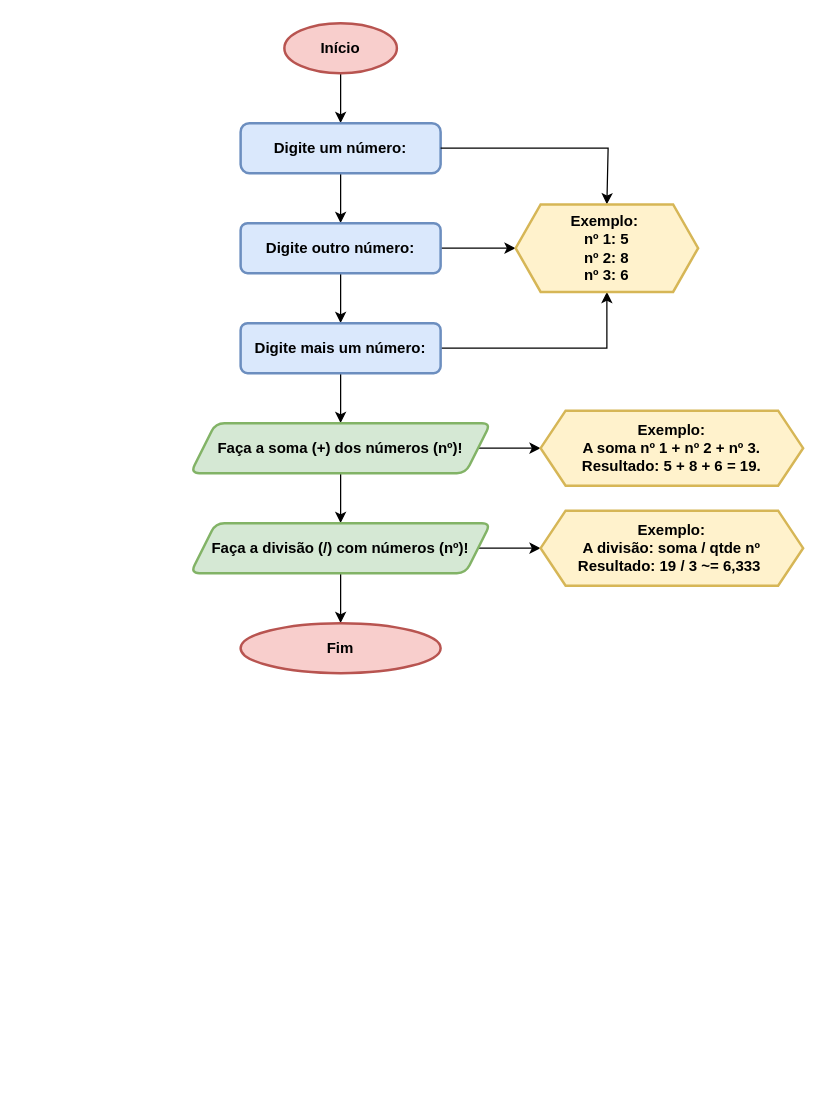
Earlier version of the draw.io diagram Impacta.drawio (GuilhermeBPinheiro/Impacta). Source tidied: cells renumbered, new cells numbered last; positions are measured from the earlier drawing's top-left corner, leaving out a move shared by most shapes. Both pictures are drawn from the tidied source at 125%, with x=0, y=0 at pixel (190, 22).
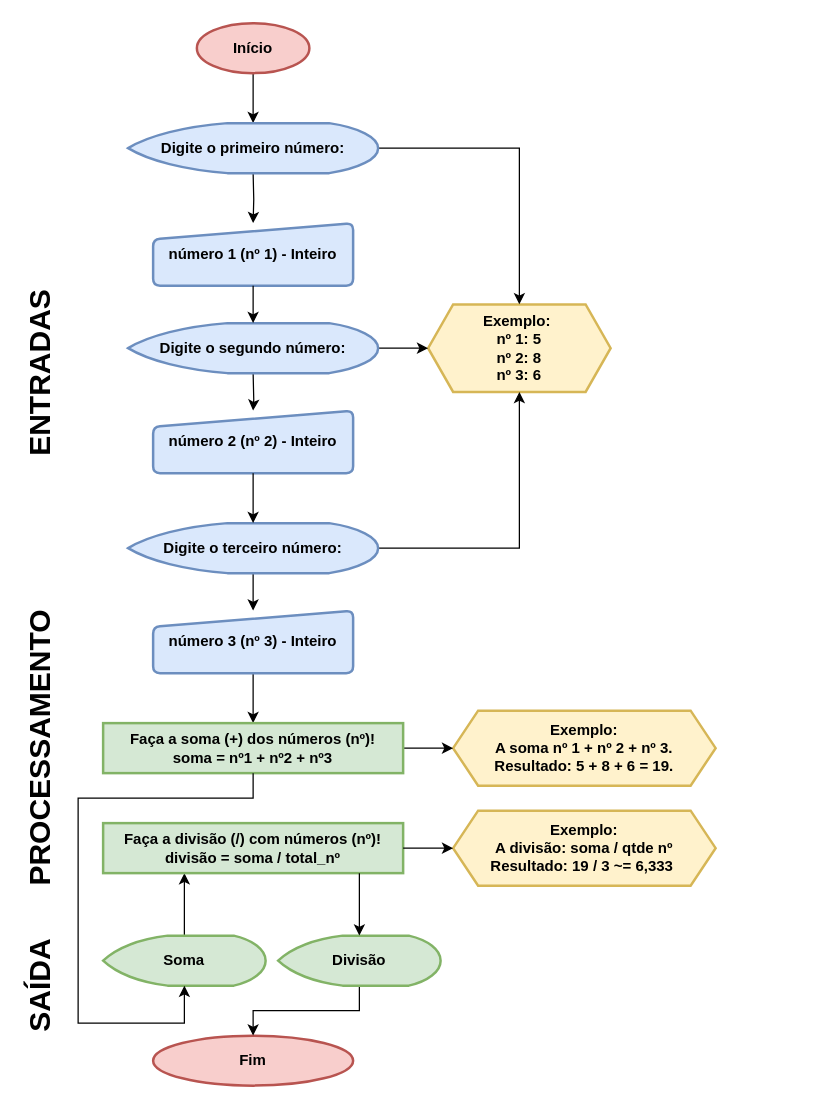
After the change.

Diff of the diagram source:
```diff
@@
-    <mxCell id="2" style="edgeStyle=orthogonalEdgeStyle;rounded=0;jettySize=auto;html=1;" parent="1" edge="1" source="3" target="5">
-      <mxGeometry relative="1" as="geometry" />
+    <mxCell id="2" style="edgeStyle=orthogonalEdgeStyle;rounded=0;jettySize=auto;html=1;" parent="1" edge="1" source="3">
+      <mxGeometry relative="1" as="geometry">
+        <mxPoint x="50" y="80" as="targetPoint" />
+      </mxGeometry>
     </mxCell>
     <mxCell id="3" value="&lt;b&gt;Início&lt;/b&gt;" style="strokeWidth=2;html=1;shape=mxgraph.flowchart.start_1;whiteSpace=wrap;fillColor=#f8cecc;strokeColor=#b85450;" parent="1" vertex="1">
-      <mxGeometry x="75" width="90" height="40" as="geometry" />
+      <mxGeometry x="5" width="90" height="40" as="geometry" />
     </mxCell>
-    <mxCell id="4" style="edgeStyle=orthogonalEdgeStyle;rounded=0;jettySize=auto;html=1;" parent="1" edge="1" source="5" target="8">
-      <mxGeometry relative="1" as="geometry" />
-    </mxCell>
-    <mxCell id="5" value="&lt;b&gt;Digite um número:&lt;/b&gt;" style="rounded=1;whiteSpace=wrap;html=1;absoluteArcSize=1;arcSize=14;strokeWidth=2;fillColor=#dae8fc;strokeColor=#6c8ebf;" parent="1" vertex="1">
-      <mxGeometry x="40" y="80" width="160" height="40" as="geometry" />
-    </mxCell>
-    <mxCell id="6" style="edgeStyle=orthogonalEdgeStyle;rounded=0;jettySize=auto;html=1;" parent="1" edge="1" source="8" target="11">
-      <mxGeometry relative="1" as="geometry" />
-    </mxCell>
-    <mxCell id="7" style="edgeStyle=orthogonalEdgeStyle;rounded=0;jettySize=auto;html=1;" parent="1" edge="1" source="8" target="20">
-      <mxGeometry relative="1" as="geometry" />
-    </mxCell>
-    <mxCell id="8" value="&lt;b&gt;Digite outro número:&lt;/b&gt;" style="whiteSpace=wrap;html=1;fillColor=#dae8fc;strokeColor=#6c8ebf;rounded=1;arcSize=14;strokeWidth=2;" parent="1" vertex="1">
-      <mxGeometry x="40" y="160" width="160" height="40" as="geometry" />
-    </mxCell>
-    <mxCell id="9" style="edgeStyle=orthogonalEdgeStyle;rounded=0;jettySize=auto;html=1;" parent="1" edge="1" source="11" target="14">
-      <mxGeometry relative="1" as="geometry" />
-    </mxCell>
-    <mxCell id="10" style="edgeStyle=orthogonalEdgeStyle;rounded=0;jettySize=auto;html=1;" parent="1" edge="1" source="11" target="20">
-      <mxGeometry relative="1" as="geometry" />
-    </mxCell>
-    <mxCell id="11" value="&lt;b&gt;Digite mais um número:&lt;/b&gt;" style="whiteSpace=wrap;html=1;fillColor=#dae8fc;strokeColor=#6c8ebf;rounded=1;arcSize=14;strokeWidth=2;" parent="1" vertex="1">
-      <mxGeometry x="40" y="240" width="160" height="40" as="geometry" />
-    </mxCell>
-    <mxCell id="12" style="edgeStyle=orthogonalEdgeStyle;rounded=0;jettySize=auto;html=1;" parent="1" edge="1" source="14" target="17">
-      <mxGeometry relative="1" as="geometry" />
-    </mxCell>
-    <mxCell id="13" style="edgeStyle=orthogonalEdgeStyle;rounded=0;jettySize=auto;html=1;exitX=1;exitY=0.5;exitDx=0;exitDy=0;entryX=0;entryY=0.5;entryDx=0;entryDy=0;" parent="1" edge="1" source="14" target="21">
-      <mxGeometry relative="1" as="geometry" />
-    </mxCell>
-    <mxCell id="14" value="&lt;b&gt;Faça a soma (+) dos números (nº)!&lt;/b&gt;" style="shape=parallelogram;perimeter=parallelogramPerimeter;whiteSpace=wrap;html=1;fixedSize=1;fillColor=#d5e8d4;strokeColor=#82b366;rounded=1;arcSize=14;strokeWidth=2;" parent="1" vertex="1">
-      <mxGeometry y="320" width="240" height="40" as="geometry" />
-    </mxCell>
-    <mxCell id="15" style="edgeStyle=orthogonalEdgeStyle;rounded=0;jettySize=auto;html=1;" parent="1" edge="1" source="17" target="18">
-      <mxGeometry relative="1" as="geometry" />
-    </mxCell>
-    <mxCell id="16" style="edgeStyle=orthogonalEdgeStyle;rounded=0;jettySize=auto;html=1;exitX=1;exitY=0.5;exitDx=0;exitDy=0;entryX=0;entryY=0.5;entryDx=0;entryDy=0;" parent="1" edge="1" source="17" target="22">
-      <mxGeometry relative="1" as="geometry" />
-    </mxCell>
-    <mxCell id="17" value="&lt;b&gt;Faça a divisão (/) com números (nº)!&lt;/b&gt;" style="shape=parallelogram;perimeter=parallelogramPerimeter;whiteSpace=wrap;html=1;fixedSize=1;fillColor=#d5e8d4;strokeColor=#82b366;rounded=1;arcSize=14;strokeWidth=2;" parent="1" vertex="1">
-      <mxGeometry y="400" width="240" height="40" as="geometry" />
-    </mxCell>
+    <mxCell id="23" style="edgeStyle=orthogonalEdgeStyle;rounded=0;jettySize=auto;html=1;" parent="1" edge="1" target="26">
+      <mxGeometry relative="1" as="geometry">
+        <mxPoint x="50" y="120" as="sourcePoint" />
+      </mxGeometry>
+    </mxCell>
+    <mxCell id="24" style="edgeStyle=orthogonalEdgeStyle;rounded=0;jettySize=auto;html=1;" parent="1" edge="1" target="27">
+      <mxGeometry relative="1" as="geometry">
+        <mxPoint x="50" y="280" as="sourcePoint" />
+      </mxGeometry>
+    </mxCell>
+    <mxCell id="25" style="edgeStyle=orthogonalEdgeStyle;rounded=0;jettySize=auto;html=1;entryX=0.5;entryY=0;entryDx=0;entryDy=0;" parent="1" edge="1" target="29">
+      <mxGeometry relative="1" as="geometry">
+        <mxPoint x="50" y="440" as="sourcePoint" />
+      </mxGeometry>
+    </mxCell>
     <mxCell id="18" value="&lt;b&gt;Fim&lt;/b&gt;" style="ellipse;whiteSpace=wrap;html=1;fillColor=#f8cecc;strokeColor=#b85450;rounded=1;arcSize=14;strokeWidth=2;" parent="1" vertex="1">
-      <mxGeometry x="40" y="480" width="160" height="40" as="geometry" />
+      <mxGeometry x="-30" y="810" width="160" height="40" as="geometry" />
     </mxCell>
-    <mxCell id="19" style="edgeStyle=orthogonalEdgeStyle;rounded=0;jettySize=auto;html=1;exitX=1;exitY=0.5;exitDx=0;exitDy=0;entryX=0.5;entryY=0;entryDx=0;entryDy=0;" parent="1" edge="1" source="5" target="20">
-      <mxGeometry relative="1" as="geometry">
-        <Array as="points">
-          <mxPoint x="334" y="100" />
-        </Array>
-      </mxGeometry>
-    </mxCell>
     <mxCell id="20" value="&lt;b&gt;Exemplo:&amp;nbsp;&lt;br&gt;nº 1: 5&lt;br&gt;nº 2: 8&lt;br&gt;nº 3: 6&lt;/b&gt;" style="shape=hexagon;perimeter=hexagonPerimeter2;whiteSpace=wrap;html=1;fixedSize=1;align=center;strokeWidth=2;fillColor=#fff2cc;strokeColor=#d6b656;" parent="1" vertex="1">
-      <mxGeometry x="260" y="145" width="146" height="70" as="geometry" />
+      <mxGeometry x="190" y="225" width="146" height="70" as="geometry" />
     </mxCell>
     <mxCell id="21" value="&lt;b&gt;Exemplo:&lt;br&gt;A soma nº 1 + nº 2 + nº 3.&lt;br&gt;Resultado:&amp;nbsp;&lt;/b&gt;&lt;b style=&quot;border-color: var(--border-color);&quot;&gt;5 + 8 + 6 = 19.&lt;/b&gt;&lt;b&gt;&lt;br&gt;&lt;/b&gt;" style="shape=hexagon;perimeter=hexagonPerimeter2;whiteSpace=wrap;html=1;fixedSize=1;align=center;strokeWidth=2;fillColor=#fff2cc;strokeColor=#d6b656;" parent="1" vertex="1">
-      <mxGeometry x="280" y="310" width="210" height="60" as="geometry" />
+      <mxGeometry x="210" y="550" width="210" height="60" as="geometry" />
     </mxCell>
     <mxCell id="22" value="&lt;b&gt;Exemplo:&lt;br&gt;A divisão: soma / qtde nº&lt;br&gt;Resultado:&amp;nbsp;&lt;/b&gt;&lt;b style=&quot;border-color: var(--border-color);&quot;&gt;19 / 3 ~= 6,333&amp;nbsp;&lt;/b&gt;&lt;b&gt;&lt;br&gt;&lt;/b&gt;" style="shape=hexagon;perimeter=hexagonPerimeter2;whiteSpace=wrap;html=1;fixedSize=1;align=center;strokeWidth=2;fillColor=#fff2cc;strokeColor=#d6b656;" parent="1" vertex="1">
-      <mxGeometry x="280" y="390" width="210" height="60" as="geometry" />
+      <mxGeometry x="210" y="630" width="210" height="60" as="geometry" />
     </mxCell>
+    <mxCell id="26" value="&lt;b&gt;número 1 (nº 1) - Inteiro&lt;/b&gt;" style="html=1;strokeWidth=2;shape=manualInput;whiteSpace=wrap;rounded=1;size=13;arcSize=11;fillColor=#dae8fc;strokeColor=#6c8ebf;align=center;" parent="1" vertex="1">
+      <mxGeometry x="-30" y="160" width="160" height="50" as="geometry" />
+    </mxCell>
+    <mxCell id="27" value="&lt;b style=&quot;border-color: var(--border-color);&quot;&gt;número 2 (nº 2) - Inteiro&lt;/b&gt;" style="html=1;strokeWidth=2;shape=manualInput;whiteSpace=wrap;rounded=1;size=13;arcSize=11;fillColor=#dae8fc;strokeColor=#6c8ebf;" parent="1" vertex="1">
+      <mxGeometry x="-30" y="310" width="160" height="50" as="geometry" />
+    </mxCell>
+    <mxCell id="28" style="edgeStyle=orthogonalEdgeStyle;rounded=0;jettySize=auto;html=1;entryX=0.5;entryY=0;entryDx=0;entryDy=0;" parent="1" edge="1" source="29" target="35">
+      <mxGeometry relative="1" as="geometry" />
+    </mxCell>
+    <mxCell id="29" value="&lt;b style=&quot;border-color: var(--border-color);&quot;&gt;número 3 (nº 3) - Inteiro&lt;/b&gt;" style="html=1;strokeWidth=2;shape=manualInput;whiteSpace=wrap;rounded=1;size=13;arcSize=11;fillColor=#dae8fc;strokeColor=#6c8ebf;" parent="1" vertex="1">
+      <mxGeometry x="-30" y="470" width="160" height="50" as="geometry" />
+    </mxCell>
+    <mxCell id="30" style="edgeStyle=orthogonalEdgeStyle;rounded=0;jettySize=auto;html=1;" parent="1" edge="1" source="31" target="36">
+      <mxGeometry relative="1" as="geometry">
+        <Array as="points">
+          <mxPoint x="-5" y="700" />
+          <mxPoint x="-5" y="700" />
+        </Array>
+      </mxGeometry>
+    </mxCell>
+    <mxCell id="31" value="&lt;b&gt;Soma&lt;/b&gt;" style="strokeWidth=2;html=1;shape=mxgraph.flowchart.display;whiteSpace=wrap;fillColor=#d5e8d4;strokeColor=#82b366;" parent="1" vertex="1">
+      <mxGeometry x="-70" y="730" width="130" height="40" as="geometry" />
+    </mxCell>
+    <mxCell id="32" style="edgeStyle=orthogonalEdgeStyle;rounded=0;jettySize=auto;html=1;entryX=0.5;entryY=0;entryDx=0;entryDy=0;" parent="1" edge="1" source="33" target="18">
+      <mxGeometry relative="1" as="geometry" />
+    </mxCell>
+    <mxCell id="33" value="&lt;b&gt;Divisão&lt;/b&gt;" style="strokeWidth=2;html=1;shape=mxgraph.flowchart.display;whiteSpace=wrap;fillColor=#d5e8d4;strokeColor=#82b366;" parent="1" vertex="1">
+      <mxGeometry x="70" y="730" width="130" height="40" as="geometry" />
+    </mxCell>
+    <mxCell id="34" style="edgeStyle=orthogonalEdgeStyle;rounded=0;jettySize=auto;html=1;entryX=0;entryY=0.5;entryDx=0;entryDy=0;" parent="1" edge="1" source="35" target="21">
+      <mxGeometry relative="1" as="geometry" />
+    </mxCell>
+    <mxCell id="35" value="&lt;span style=&quot;border-color: var(--border-color);&quot;&gt;&lt;b&gt;Faça a soma (+) dos números (nº&lt;/b&gt;&lt;/span&gt;&lt;span style=&quot;border-color: var(--border-color);&quot;&gt;&lt;b&gt;)!&lt;br&gt;soma = nº1 + nº2 + nº3&lt;/b&gt;&lt;br&gt;&lt;/span&gt;" style="rounded=1;whiteSpace=wrap;html=1;absoluteArcSize=1;arcSize=0;strokeWidth=2;fillColor=#d5e8d4;strokeColor=#82b366;" parent="1" vertex="1">
+      <mxGeometry x="-70" y="560" width="240" height="40" as="geometry" />
+    </mxCell>
+    <mxCell id="36" value="&lt;b&gt;&lt;span style=&quot;border-color: var(--border-color);&quot;&gt;Faça a divisão (/) com números (nº)!&lt;br&gt;&lt;/span&gt;divisão = soma / total_nº&lt;/b&gt;" style="rounded=1;whiteSpace=wrap;html=1;absoluteArcSize=1;arcSize=0;strokeWidth=2;fillColor=#d5e8d4;strokeColor=#82b366;" parent="1" vertex="1">
+      <mxGeometry x="-70" y="640" width="240" height="40" as="geometry" />
+    </mxCell>
+    <mxCell id="37" style="edgeStyle=orthogonalEdgeStyle;rounded=0;jettySize=auto;html=1;entryX=0;entryY=0.5;entryDx=0;entryDy=0;" parent="1" edge="1" source="36" target="22">
+      <mxGeometry relative="1" as="geometry" />
+    </mxCell>
+    <mxCell id="38" value="&lt;font style=&quot;font-size: 24px;&quot;&gt;&lt;b&gt;ENTRADAS&lt;/b&gt;&lt;/font&gt;" style="text;strokeColor=none;align=center;fillColor=none;html=1;verticalAlign=middle;whiteSpace=wrap;rounded=0;rotation=-90;" parent="1" vertex="1">
+      <mxGeometry x="-150" y="265" width="60" height="30" as="geometry" />
+    </mxCell>
+    <mxCell id="39" value="&lt;font style=&quot;font-size: 24px;&quot;&gt;&lt;b&gt;PROCESSAMENTO&lt;br&gt;&lt;/b&gt;&lt;/font&gt;" style="text;strokeColor=none;align=center;fillColor=none;html=1;verticalAlign=middle;whiteSpace=wrap;rounded=0;rotation=-90;" parent="1" vertex="1">
+      <mxGeometry x="-150" y="565" width="60" height="30" as="geometry" />
+    </mxCell>
+    <mxCell id="40" style="edgeStyle=orthogonalEdgeStyle;rounded=0;jettySize=auto;html=1;entryX=0.5;entryY=1;entryDx=0;entryDy=0;entryPerimeter=0;" parent="1" edge="1" source="35" target="31">
+      <mxGeometry relative="1" as="geometry">
+        <Array as="points">
+          <mxPoint x="50" y="620" />
+          <mxPoint x="-90" y="620" />
+          <mxPoint x="-90" y="800" />
+          <mxPoint x="-5" y="800" />
+        </Array>
+      </mxGeometry>
+    </mxCell>
+    <mxCell id="41" style="edgeStyle=orthogonalEdgeStyle;rounded=0;jettySize=auto;html=1;entryX=0.5;entryY=0;entryDx=0;entryDy=0;entryPerimeter=0;" parent="1" edge="1" source="36" target="33">
+      <mxGeometry relative="1" as="geometry">
+        <Array as="points">
+          <mxPoint x="135" y="700" />
+          <mxPoint x="135" y="700" />
+        </Array>
+      </mxGeometry>
+    </mxCell>
+    <mxCell id="42" value="&lt;font style=&quot;font-size: 24px;&quot;&gt;&lt;b&gt;SAÍDA&lt;br&gt;&lt;/b&gt;&lt;/font&gt;" style="text;strokeColor=none;align=center;fillColor=none;html=1;verticalAlign=middle;whiteSpace=wrap;rounded=0;rotation=-90;" parent="1" vertex="1">
+      <mxGeometry x="-150" y="755" width="60" height="30" as="geometry" />
+    </mxCell>
+    <mxCell id="43" style="edgeStyle=orthogonalEdgeStyle;rounded=0;jettySize=auto;html=1;entryX=0.5;entryY=0;entryDx=0;entryDy=0;" parent="1" edge="1" source="44" target="20">
+      <mxGeometry relative="1" as="geometry" />
+    </mxCell>
+    <mxCell id="44" value="&lt;b&gt;Digite o primeiro número:&lt;br&gt;&lt;/b&gt;" style="strokeWidth=2;html=1;shape=mxgraph.flowchart.display;whiteSpace=wrap;fillColor=#dae8fc;strokeColor=#6c8ebf;" parent="1" vertex="1">
+      <mxGeometry x="-50" y="80" width="200" height="40" as="geometry" />
+    </mxCell>
+    <mxCell id="45" style="edgeStyle=orthogonalEdgeStyle;rounded=0;jettySize=auto;html=1;entryX=0;entryY=0.5;entryDx=0;entryDy=0;" parent="1" edge="1" source="46" target="20">
+      <mxGeometry relative="1" as="geometry" />
+    </mxCell>
+    <mxCell id="46" value="&lt;b&gt;Digite o segundo número:&lt;br&gt;&lt;/b&gt;" style="strokeWidth=2;html=1;shape=mxgraph.flowchart.display;whiteSpace=wrap;fillColor=#dae8fc;strokeColor=#6c8ebf;" parent="1" vertex="1">
+      <mxGeometry x="-50" y="240" width="200" height="40" as="geometry" />
+    </mxCell>
+    <mxCell id="47" style="edgeStyle=orthogonalEdgeStyle;rounded=0;jettySize=auto;html=1;entryX=0.5;entryY=1;entryDx=0;entryDy=0;" parent="1" edge="1" source="48" target="20">
+      <mxGeometry relative="1" as="geometry" />
+    </mxCell>
+    <mxCell id="48" value="&lt;b&gt;Digite o terceiro número:&lt;br&gt;&lt;/b&gt;" style="strokeWidth=2;html=1;shape=mxgraph.flowchart.display;whiteSpace=wrap;fillColor=#dae8fc;strokeColor=#6c8ebf;" parent="1" vertex="1">
+      <mxGeometry x="-50" y="400" width="200" height="40" as="geometry" />
+    </mxCell>
+    <mxCell id="49" style="edgeStyle=orthogonalEdgeStyle;rounded=0;jettySize=auto;html=1;entryX=0.5;entryY=0;entryDx=0;entryDy=0;entryPerimeter=0;" parent="1" edge="1" source="26" target="46">
+      <mxGeometry relative="1" as="geometry" />
+    </mxCell>
+    <mxCell id="50" style="edgeStyle=orthogonalEdgeStyle;rounded=0;jettySize=auto;html=1;entryX=0.5;entryY=0;entryDx=0;entryDy=0;entryPerimeter=0;" parent="1" edge="1" source="27" target="48">
+      <mxGeometry relative="1" as="geometry" />
+    </mxCell>
```
